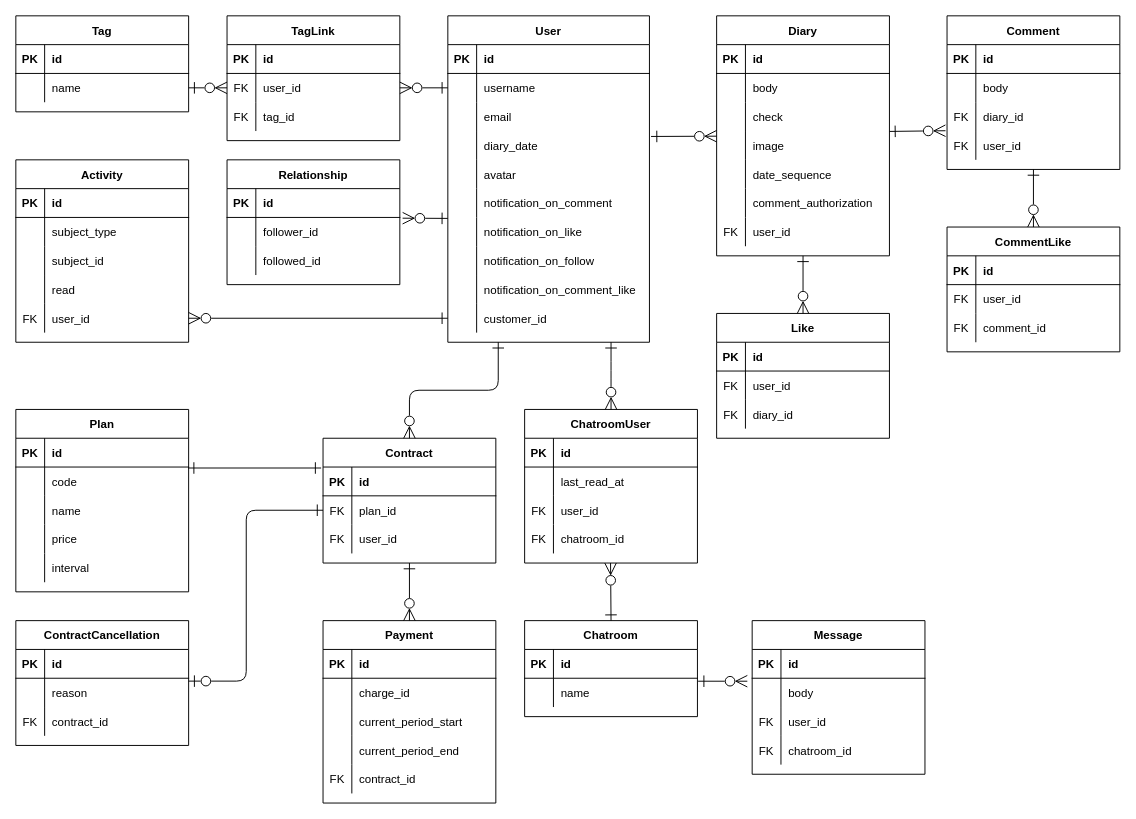
Above: diagram.drawio in siriusjunior/diary_app (draw.io), before the change. Source tidied: cells renumbered, new cells numbered last; positions are measured from the earlier drawing's top-left corner, leaving out a move shared by most shapes. Both pictures are drawn from the tidied source at 96%, with x=0, y=0 at pixel (15, 15).
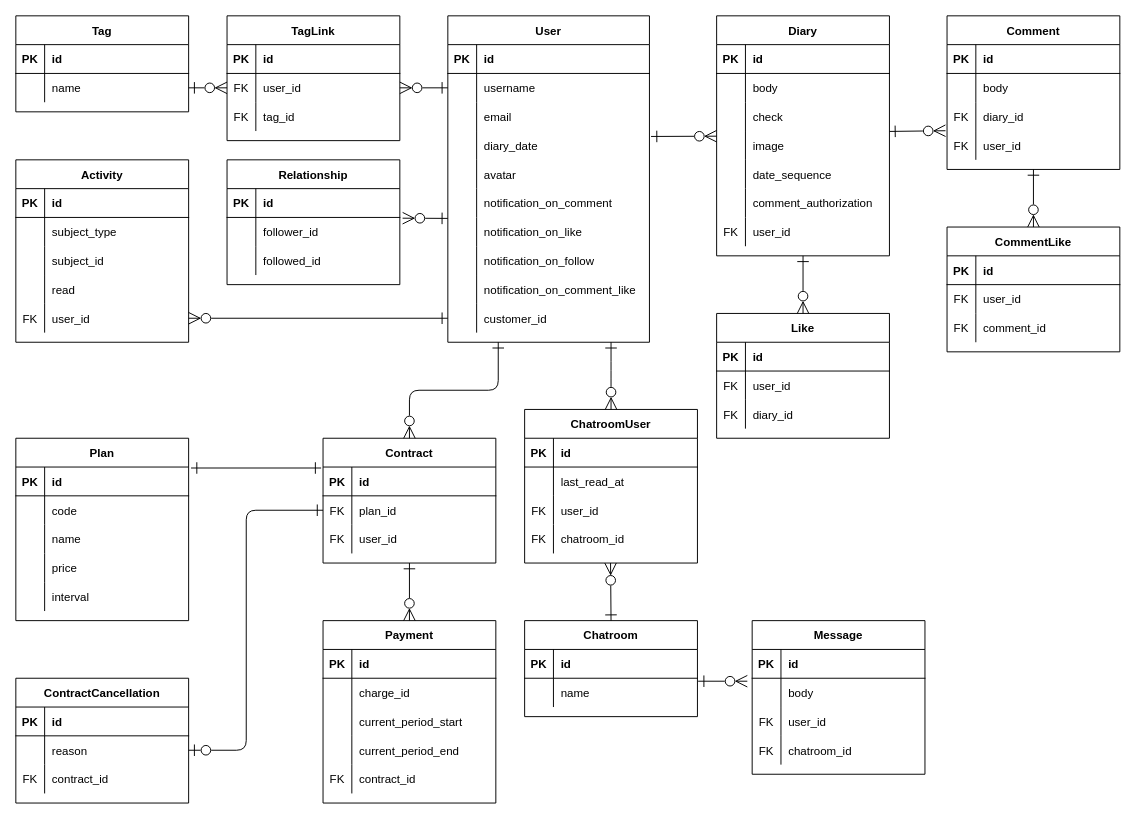
After the change.

Unchanged cells that the change refers to:
```xml
<mxCell id="166" style="shape=partialRectangle;fillColor=none;top=0;left=0;bottom=1;right=0;points=[[0,0.5],[1,0.5]];portConstraint=eastwest;" parent="165" vertex="1">
  <mxGeometry y="30" width="180" height="30" as="geometry" />
</mxCell>
<mxCell id="169" style="shape=partialRectangle;fillColor=none;top=0;left=0;bottom=0;right=0;points=[[0,0.5],[1,0.5]];portConstraint=eastwest;" parent="165" vertex="1">
  <mxGeometry y="60" width="180" height="30" as="geometry" />
</mxCell>
<mxCell id="211" style="shape=partialRectangle;fillColor=none;top=0;left=0;bottom=0;right=0;points=[[0,0.5],[1,0.5]];portConstraint=eastwest;" parent="207" vertex="1">
  <mxGeometry y="60" width="180" height="30" as="geometry" />
</mxCell>
```

What changed in the source:
```diff
@@
     <mxCell id="165" value="Plan" style="shape=table;startSize=30;childLayout=tableLayout;rowLines=0;fontStyle=1;align=center;" parent="1" vertex="1">
-      <mxGeometry y="410" width="180" height="190" as="geometry" />
+      <mxGeometry y="440" width="180" height="190" as="geometry" />
     </mxCell>
@@
     <mxCell id="207" value="ContractCancellation" style="shape=table;startSize=30;childLayout=tableLayout;rowLines=0;fontStyle=1;align=center;" parent="1" vertex="1">
-      <mxGeometry y="630" width="180" height="130" as="geometry" />
+      <mxGeometry y="690" width="180" height="130" as="geometry" />
     </mxCell>
@@
-    <mxCell id="226" style="html=1;endArrow=ERone;endFill=0;startArrow=ERone;startFill=0;targetPerimeterSpacing=0;sourcePerimeterSpacing=0;strokeWidth=1;endSize=10;startSize=10;edgeStyle=orthogonalEdgeStyle;exitX=0.997;exitY=0.026;exitDx=0;exitDy=0;exitPerimeter=0;" parent="1" edge="1" source="169">
+    <mxCell id="226" style="html=1;endArrow=ERone;endFill=0;startArrow=ERone;startFill=0;targetPerimeterSpacing=0;sourcePerimeterSpacing=0;strokeWidth=1;endSize=10;startSize=10;edgeStyle=orthogonalEdgeStyle;exitX=1.014;exitY=0.033;exitDx=0;exitDy=0;exitPerimeter=0;" parent="1" edge="1" source="166">
       <mxGeometry relative="1" as="geometry">
         <mxPoint x="318" y="471" as="targetPoint" />
         <Array as="points">
           <mxPoint x="318" y="470" />
         </Array>
       </mxGeometry>
     </mxCell>
-    <mxCell id="227" style="html=1;endArrow=ERone;endFill=0;startArrow=ERzeroToOne;startFill=0;targetPerimeterSpacing=0;sourcePerimeterSpacing=0;strokeWidth=1;endSize=10;startSize=10;edgeStyle=orthogonalEdgeStyle;" parent="1" edge="1">
+    <mxCell id="227" style="html=1;endArrow=ERone;endFill=0;startArrow=ERzeroToOne;startFill=0;targetPerimeterSpacing=0;sourcePerimeterSpacing=0;strokeWidth=1;endSize=10;startSize=10;edgeStyle=orthogonalEdgeStyle;exitX=1;exitY=0.5;exitDx=0;exitDy=0;" parent="1" edge="1" source="211">
       <mxGeometry relative="1" as="geometry">
-        <mxPoint x="180" y="693" as="sourcePoint" />
         <mxPoint x="320" y="515" as="targetPoint" />
         <Array as="points">
-          <mxPoint x="240" y="693" />
+          <mxPoint x="240" y="765" />
           <mxPoint x="240" y="515" />
         </Array>
       </mxGeometry>
     </mxCell>
```
